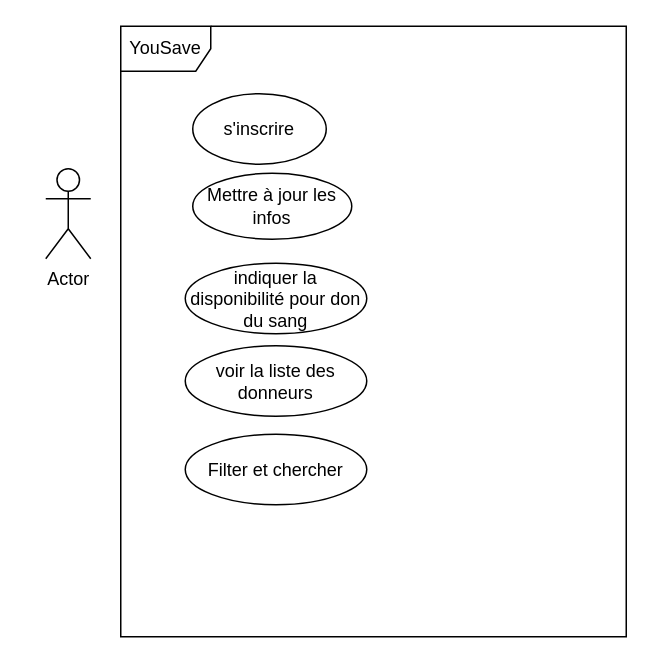
Before: usecases.drawio in MaryemKhaoua/YouSave, a draw.io diagram. Source tidied: cells renumbered, new cells numbered last; positions are measured from the earlier drawing's top-left corner, leaving out a move shared by most shapes. Both pictures are drawn from the tidied source at 150%, with x=0, y=0 at pixel (45, 26).
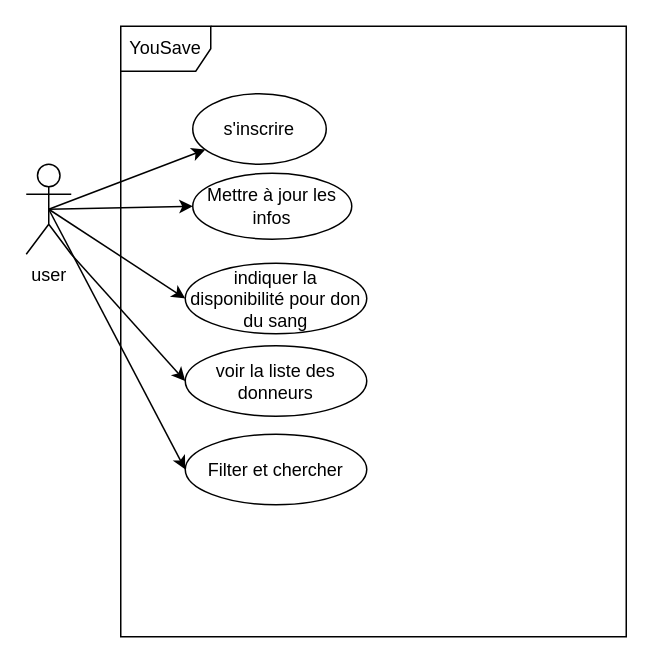
The same diagram, later.

Commit message:
diagram uses cases

What changed in the source:
```diff
@@
 <mxGraphModel>
   <root>
     <mxCell id="0" />
     <mxCell id="1" parent="0" />
+    <mxCell id="9" style="edgeStyle=none;html=1;exitX=0.5;exitY=0.5;exitDx=0;exitDy=0;exitPerimeter=0;" parent="1" edge="1" source="2" target="4">
+      <mxGeometry relative="1" as="geometry" />
+    </mxCell>
+    <mxCell id="10" style="edgeStyle=none;html=1;exitX=0.5;exitY=0.5;exitDx=0;exitDy=0;exitPerimeter=0;entryX=0;entryY=0.5;entryDx=0;entryDy=0;" parent="1" edge="1" source="2" target="5">
+      <mxGeometry relative="1" as="geometry" />
+    </mxCell>
+    <mxCell id="11" style="edgeStyle=none;html=1;exitX=0.5;exitY=0.5;exitDx=0;exitDy=0;exitPerimeter=0;entryX=0;entryY=0.5;entryDx=0;entryDy=0;" parent="1" edge="1" source="2" target="6">
+      <mxGeometry relative="1" as="geometry" />
+    </mxCell>
+    <mxCell id="12" style="edgeStyle=none;html=1;exitX=1;exitY=1;exitDx=0;exitDy=0;exitPerimeter=0;entryX=0;entryY=0.5;entryDx=0;entryDy=0;" parent="1" edge="1" source="2" target="7">
+      <mxGeometry relative="1" as="geometry" />
+    </mxCell>
+    <mxCell id="13" style="edgeStyle=none;html=1;exitX=0.5;exitY=0.5;exitDx=0;exitDy=0;exitPerimeter=0;entryX=0;entryY=0.5;entryDx=0;entryDy=0;" parent="1" edge="1" source="2" target="8">
+      <mxGeometry relative="1" as="geometry" />
+    </mxCell>
-    <mxCell id="2" value="Actor" style="shape=umlActor;verticalLabelPosition=bottom;verticalAlign=top;html=1;" parent="1" vertex="1">
-      <mxGeometry y="95" width="30" height="60" as="geometry" />
+    <mxCell id="2" value="user" style="shape=umlActor;verticalLabelPosition=bottom;verticalAlign=top;html=1;" parent="1" vertex="1">
+      <mxGeometry x="-13" y="92" width="30" height="60" as="geometry" />
     </mxCell>
     <mxCell id="3" value="YouSave" style="shape=umlFrame;whiteSpace=wrap;html=1;" parent="1" vertex="1">
       <mxGeometry x="50" width="337" height="407" as="geometry" />
     </mxCell>
     <mxCell id="4" value="s'inscrire" style="ellipse;whiteSpace=wrap;html=1;" parent="1" vertex="1">
       <mxGeometry x="98" y="45" width="89" height="47" as="geometry" />
     </mxCell>
     <mxCell id="5" value="Mettre à jour les infos" style="ellipse;whiteSpace=wrap;html=1;" parent="1" vertex="1">
       <mxGeometry x="98" y="98" width="106" height="44" as="geometry" />
     </mxCell>
     <mxCell id="6" value="indiquer la disponibilité pour don du sang" style="ellipse;whiteSpace=wrap;html=1;" parent="1" vertex="1">
       <mxGeometry x="93" y="158" width="121" height="47" as="geometry" />
     </mxCell>
     <mxCell id="7" value="voir la liste des donneurs" style="ellipse;whiteSpace=wrap;html=1;" parent="1" vertex="1">
       <mxGeometry x="93" y="213" width="121" height="47" as="geometry" />
     </mxCell>
     <mxCell id="8" value="Filter et chercher" style="ellipse;whiteSpace=wrap;html=1;" parent="1" vertex="1">
       <mxGeometry x="93" y="272" width="121" height="47" as="geometry" />
     </mxCell>
   </root>
 </mxGraphModel>
```
